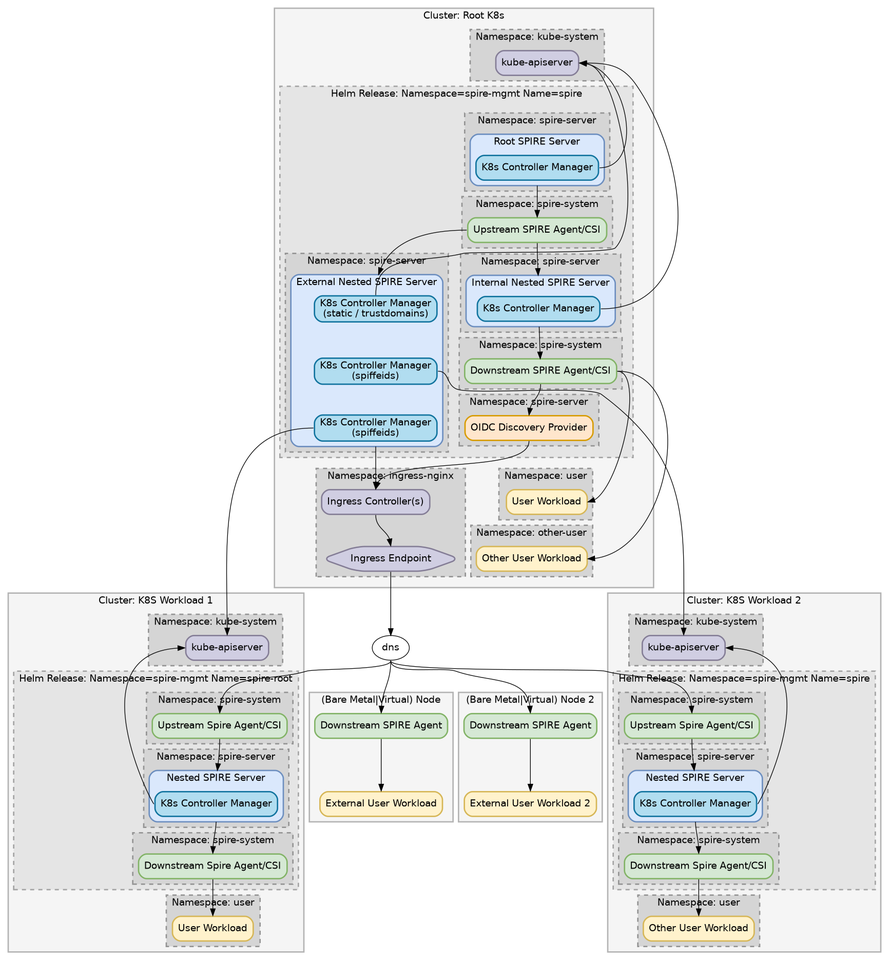
Before: static/img/spire-helm-charts-hardened/multicluster-alternate3.png, a diagram exported from Graphviz (spiffe/spiffe.io). Its source is kept beside it as static/img/spire-helm-charts-hardened/multicluster-alternate3.dot.
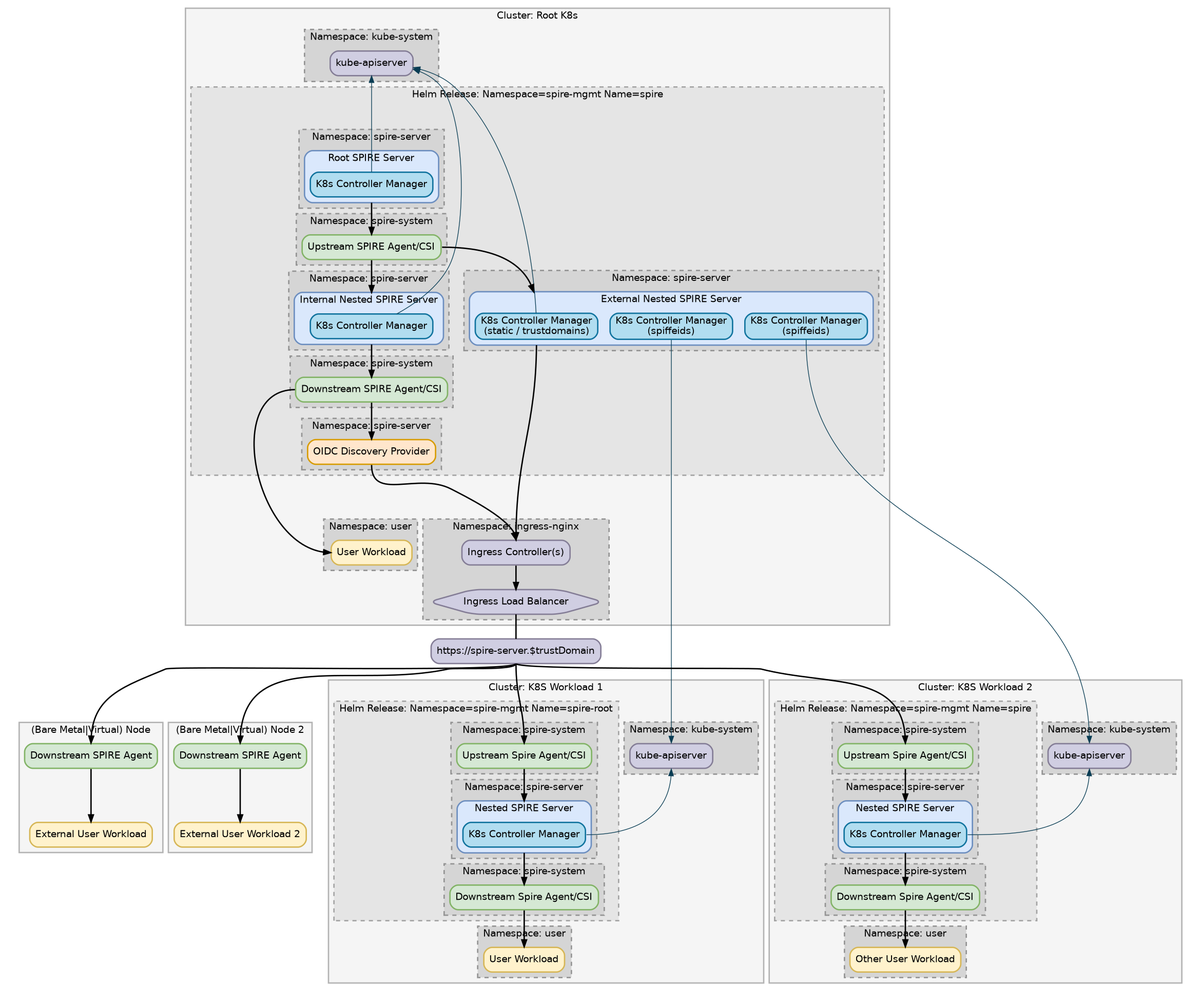
After the commit.

What changed in the source:
```diff
@@ -2,18 +2,2 @@
   compound=true;
-  subgraph cluster_baremetal {
-    label="(Bare Metal|Virtual) Node"
-    style="filled,solid,bold";
-    color="#b3b3b3";
-    fillcolor="#f5f5f5";
-    spireDownstreamAgentb [label="Downstream SPIRE Agent",shape="box",style="rounded,solid,filled,bold",color="#82b366",fillcolor="#d5e8d4"];
-    userWorkloadb [label="External User Workload",shape="box",style="rounded,solid,filled,bold",color="#d6b656",fillcolor="#fff2cc"];
-  }
-  subgraph cluster_baremetal2 {
-    label="(Bare Metal|Virtual) Node 2"
-    style="filled,solid,bold";
-    color="#b3b3b3";
-    fillcolor="#f5f5f5";
-    spireDownstreamAgentb2 [label="Downstream SPIRE Agent",shape="box",style="rounded,solid,filled,bold",color="#82b366",fillcolor="#d5e8d4"];
-    userWorkloadb2 [label="External User Workload 2",shape="box",style="rounded,solid,filled,bold",color="#d6b656",fillcolor="#fff2cc"];
-  }
   subgraph cluster_k8s {
@@ -23,3 +7,10 @@
     fillcolor="#f5f5f5";
-    subgraph cluster_nestedi_release {
+    subgraph cluster_ns_root_kube_system {
+      style="filled,dashed,bold";
+      color="#939393";
+      fillcolor="#d5d5d5";
+      label="Namespace: kube-system"
+      kubeApiServerRoot [label="kube-apiserver",shape="record",style="rounded,solid,filled,bold",color="#847d96",fillcolor="#d0cee2"];
+    }
+    subgraph cluster_main_release {
       label="Helm Release: Namespace=spire-mgmt Name=spire"
@@ -28,6 +19,4 @@
       fillcolor="#e5e5e5";
-      subgraph cluster_grouping_nestedi {
-        style="";
-        color="#e5e5e5";
-        label="";
+      subgraph cluster_g1 {
+        style="invis";
         subgraph cluster_ns_root_server {
@@ -42,3 +31,3 @@
             label="Root SPIRE Server"
-            spireRoot [label="K8s Controller Manager",shape="box",style="rounded,solid,filled,bold",color="#10739e",fillcolor="#b1ddf0"];
+            spireRoot [label="K8s Controller Manager",shape="record",style="rounded,solid,filled,bold",color="#10739e",fillcolor="#b1ddf0"];
           }
@@ -62,3 +51,3 @@
             label="Internal Nested SPIRE Server"
-            spireServerNestedi [label="K8s Controller Manager",shape="box",style="rounded,solid,filled,bold",color="#10739e",fillcolor="#b1ddf0"];
+            spireServerNestedi [label="K8s Controller Manager",shape="record",style="rounded,solid,filled,bold",color="#10739e",fillcolor="#b1ddf0"];
           }
@@ -72,9 +61,9 @@
         }
-        subgraph cluster_ns_nestedi_system2 {
-          style="filled,dashed,bold";
-          color="#939393";
-          fillcolor="#d5d5d5";
-          label="Namespace: spire-server";
-          oidc [label="OIDC Discovery Provider",shape="box",style="rounded,solid,filled,bold",color="#d79b00",fillcolor="#ffe6cc"];
-        }
+      }
+      subgraph cluster_ns_nestedi_system2 {
+        style="filled,dashed,bold";
+        color="#939393";
+        fillcolor="#d5d5d5";
+        label="Namespace: spire-server";
+        oidc [label="OIDC Discovery Provider",shape="box",style="rounded,solid,filled,bold",color="#d79b00",fillcolor="#ffe6cc"];
       }
@@ -90,5 +79,5 @@
           label="External Nested SPIRE Server"
-          spireServerNestedExternal [label="K8s Controller Manager\n(static / trustdomains)",shape="box",style="rounded,solid,filled,bold",color="#10739e",fillcolor="#b1ddf0"];
-          spireServerNestedExternal1 [label="K8s Controller Manager\n(spiffeids)",shape="box",style="rounded,solid,filled,bold",color="#10739e",fillcolor="#b1ddf0"];
-          spireServerNestedExternal2 [label="K8s Controller Manager\n(spiffeids)",shape="box",style="rounded,solid,filled,bold",color="#10739e",fillcolor="#b1ddf0"];
+          spireServerNestedExternal1 [label="K8s Controller Manager\n(spiffeids)",shape="record",style="rounded,solid,filled,bold",color="#10739e",fillcolor="#b1ddf0"];
+          spireServerNestedExternal2 [label="K8s Controller Manager\n(spiffeids)",shape="record",style="rounded,solid,filled,bold",color="#10739e",fillcolor="#b1ddf0"];
+          spireServerNestedExternal [label="K8s Controller Manager\n(static / trustdomains)",shape="record",style="rounded,solid,filled,bold",color="#10739e",fillcolor="#b1ddf0"];
         }
@@ -96,3 +85,3 @@
     }
-    subgraph cluster_ns_root_kube_system {
+    subgraph cluster_ns_nestede_kube_system {
       style="filled,dashed,bold";
@@ -100,30 +89,142 @@
       fillcolor="#d5d5d5";
-      label="Namespace: kube-system"
-      kubeApiServerRoot [label="kube-apiserver",shape="box",style="rounded,solid,filled,bold",color="#847d96",fillcolor="#d0cee2"];
+      label="Namespace: ingress-nginx";
+      ic [label="Ingress Controller(s)",shape="box",style="rounded,solid,filled,bold",color="#847d96",fillcolor="#d0cee2"];
+      ie [label="Ingress Load Balancer",shape="hexagon",style="rounded,solid,filled,bold",color="#847d96",fillcolor="#d0cee2"];
     }
-    subgraph cluster_grouping {
-      style="";
-      color="#f5f5f5";
-      label="";
-      subgraph cluster_ns_nestede_system {
-        style="filled,dashed,bold";
-        color="#939393";
-        fillcolor="#d5d5d5";
-        label="Namespace: user";
-        userWorkloadi1 [label="User Workload",shape="box",style="rounded,solid,filled,bold",color="#d6b656",fillcolor="#fff2cc"];
+    subgraph cluster_ns_nestede_system {
+      style="filled,dashed,bold";
+      color="#939393";
+      fillcolor="#d5d5d5";
+      label="Namespace: user";
+      userWorkloadi1 [label="User Workload",shape="box",style="rounded,solid,filled,bold",color="#d6b656",fillcolor="#fff2cc"];
+    }
+    p3 [style=invis];
+  }
+  subgraph cluster_all_nested_together {
+    style="invis";
+    subgraph cluster_nestedtogether {
+      style="invis";
+      subgraph cluster_nested2 {
+        label="Cluster: K8S Workload 2";
+        style="filled,solid,bold";
+        color="#b3b3b3";
+        fillcolor="#f5f5f5";
+        subgraph cluster_nested2_release {
+          label="Helm Release: Namespace=spire-mgmt Name=spire"
+          style="filled,dashed,bold";
+          color="#a3a3a3";
+          fillcolor="#e5e5e5";
+          subgraph cluster_nested2_ns1 {
+            style="filled,dashed,bold";
+            color="#939393";
+            fillcolor="#d5d5d5";
+            label="Namespace: spire-system"
+            spireUpstreamAgent2 [label="Upstream Spire Agent/CSI",shape="box",style="rounded,solid,filled,bold",color="#82b366",fillcolor="#d5e8d4"];
+          }
+          subgraph cluster_nested2_ns2 {
+            style="filled,dashed,bold";
+            color="#939393";
+            fillcolor="#d5d5d5";
+            label="Namespace: spire-server"
+            subgraph cluster_ns_nested2_server_obj {
+              style="filled,rounded,bold";
+              color="#6c8ebf";
+              fillcolor="#dae8fc";
+              label="Nested SPIRE Server"
+              spireServerNested2 [label="K8s Controller Manager",shape="record",style="rounded,solid,filled,bold",color="#10739e",fillcolor="#b1ddf0"];
+            }
+          }
+          subgraph cluster_nested2_ns3 {
+            style="filled,dashed,bold";
+            color="#939393";
+            fillcolor="#d5d5d5";
+            label="Namespace: spire-system"
+            spireDownstreamAgent2 [label="Downstream Spire Agent/CSI",shape="box",style="rounded,solid,filled,bold",color="#82b366",fillcolor="#d5e8d4"];
+          }
+        }
+        subgraph cluster_nested2_user {
+          style="filled,dashed,bold";
+          color="#939393";
+          fillcolor="#d5d5d5";
+          label="Namespace: user"
+          userWorkload2 [label="Other User Workload",shape="box",style="rounded,solid,filled,bold",color="#d6b656",fillcolor="#fff2cc"];
+        }
+        subgraph cluster_ns_nested2_kube_system {
+          style="filled,dashed,bold";
+          color="#939393";
+          fillcolor="#d5d5d5";
+          label="Namespace: kube-system"
+          kubeApiServerNested2 [label="kube-apiserver",shape="record",style="rounded,solid,filled,bold",color="#847d96",fillcolor="#d0cee2"];
+        }
       }
-      subgraph cluster_ns_nestede_system2 {
-        style="filled,dashed,bold";
-        color="#939393";
-        fillcolor="#d5d5d5";
-        label="Namespace: other-user";
-        userWorkloadi2 [label="Other User Workload",shape="box",style="rounded,solid,filled,bold",color="#d6b656",fillcolor="#fff2cc"];
+      subgraph cluster_nested1 {
+        label="Cluster: K8S Workload 1";
+        style="filled,solid,bold";
+        color="#b3b3b3";
+        fillcolor="#f5f5f5";
+        subgraph cluster_nested1_release {
+          label="Helm Release: Namespace=spire-mgmt Name=spire-root"
+          style="filled,dashed,bold";
+          color="#a3a3a3";
+          fillcolor="#e5e5e5";
+          subgraph cluster_nested1_ns1 {
+            style="filled,dashed,bold";
+            color="#939393";
+            fillcolor="#d5d5d5";
+            label="Namespace: spire-system"
+            spireUpstreamAgent1 [label="Upstream Spire Agent/CSI",shape="box",style="rounded,solid,filled,bold",color="#82b366",fillcolor="#d5e8d4"];
+          }
+          subgraph cluster_nested1_ns2 {
+            style="filled,dashed,bold";
+            color="#939393";
+            fillcolor="#d5d5d5";
+            label="Namespace: spire-server"
+            subgraph cluster_ns_nested1_server_obj {
+              style="filled,rounded,bold";
+              color="#6c8ebf";
+              fillcolor="#dae8fc";
+              label="Nested SPIRE Server"
+              spireServerNested1 [label="K8s Controller Manager",shape="record",style="rounded,solid,filled,bold",color="#10739e",fillcolor="#b1ddf0"];
+            }
+          }
+          subgraph cluster_nested1_ns3 {
+            style="filled,dashed,bold";
+            color="#939393";
+            fillcolor="#d5d5d5";
+            label="Namespace: spire-system"
+            spireDownstreamAgent1 [label="Downstream Spire Agent/CSI",shape="box",style="rounded,solid,filled,bold",color="#82b366",fillcolor="#d5e8d4"];
+          }
+          }
+        subgraph cluster_nested1_user {
+          style="filled,dashed,bold";
+          color="#939393";
+          fillcolor="#d5d5d5";
+          label="Namespace: user"
+          userWorkload1 [label="User Workload",shape="box",style="rounded,solid,filled,bold",color="#d6b656",fillcolor="#fff2cc"];
+        }
+        subgraph cluster_ns_nested1_kube_system {
+          style="filled,dashed,bold";
+          color="#939393";
+          fillcolor="#d5d5d5";
+          label="Namespace: kube-system"
+          kubeApiServerNested1 [label="kube-apiserver",shape="record",style="rounded,solid,filled,bold",color="#847d96",fillcolor="#d0cee2"];
+        }
       }
-      subgraph cluster_ns_nestede_kube_system {
-        style="filled,dashed,bold";
-        color="#939393";
-        fillcolor="#d5d5d5";
-        label="Namespace: ingress-nginx";
-        ic [label="Ingress Controller(s)",shape="box",style="rounded,solid,filled,bold",color="#847d96",fillcolor="#d0cee2"];
-        ie [label="Ingress Endpoint",shape="hexagon",style="rounded,solid,filled,bold",color="#847d96",fillcolor="#d0cee2"];
+    }
+    subgraph cluster_vmtogether {
+      subgraph cluster_baremetal2 {
+        label="(Bare Metal|Virtual) Node 2"
+        style="filled,solid,bold";
+        color="#b3b3b3";
+        fillcolor="#f5f5f5";
+        spireDownstreamAgentb2 [label="Downstream SPIRE Agent",shape="box",style="rounded,solid,filled,bold",color="#82b366",fillcolor="#d5e8d4"];
+        userWorkloadb2 [label="External User Workload 2",shape="box",style="rounded,solid,filled,bold",color="#d6b656",fillcolor="#fff2cc"];
+      }
+      subgraph cluster_baremetal {
+        label="(Bare Metal|Virtual) Node"
+        style="filled,solid,bold";
+        color="#b3b3b3";
+        fillcolor="#f5f5f5";
+        spireDownstreamAgentb [label="Downstream SPIRE Agent",shape="box",style="rounded,solid,filled,bold",color="#82b366",fillcolor="#d5e8d4"];
+        userWorkloadb [label="External User Workload",shape="box",style="rounded,solid,filled,bold",color="#d6b656",fillcolor="#fff2cc"];
       }
@@ -131,157 +232,48 @@
   }
-  subgraph cluster_nested1 {
-    label="Cluster: K8S Workload 1";
-    style="filled,solid,bold";
-    color="#b3b3b3";
-    fillcolor="#f5f5f5";
-    subgraph cluster_nested1_release {
-      label="Helm Release: Namespace=spire-mgmt Name=spire-root"
-      style="filled,dashed,bold";
-      color="#a3a3a3";
-      fillcolor="#e5e5e5";
-      subgraph cluster_nested1_ns1 {
-        style="filled,dashed,bold";
-        color="#939393";
-        fillcolor="#d5d5d5";
-        label="Namespace: spire-system"
-        spireUpstreamAgent1 [label="Upstream Spire Agent/CSI",shape="box",style="rounded,solid,filled,bold",color="#82b366",fillcolor="#d5e8d4"];
-      }
-      subgraph cluster_nested1_ns2 {
-        style="filled,dashed,bold";
-        color="#939393";
-        fillcolor="#d5d5d5";
-        label="Namespace: spire-server"
-        subgraph cluster_ns_nested1_server_obj {
-          style="filled,rounded,bold";
-          color="#6c8ebf";
-          fillcolor="#dae8fc";
-          label="Nested SPIRE Server"
-          spireServerNested1 [label="K8s Controller Manager",shape="box",style="rounded,solid,filled,bold",color="#10739e",fillcolor="#b1ddf0"];
-        }
-      }
-      subgraph cluster_nested1_ns3 {
-        style="filled,dashed,bold";
-        color="#939393";
-        fillcolor="#d5d5d5";
-        label="Namespace: spire-system"
-        spireDownstreamAgent1 [label="Downstream Spire Agent/CSI",shape="box",style="rounded,solid,filled,bold",color="#82b366",fillcolor="#d5e8d4"];
-      }
-    }
-    subgraph cluster_nested1_user {
-      style="filled,dashed,bold";
-      color="#939393";
-      fillcolor="#d5d5d5";
-      label="Namespace: user"
-      userWorkload1 [label="User Workload",shape="box",style="rounded,solid,filled,bold",color="#d6b656",fillcolor="#fff2cc"];
-    }
-    subgraph cluster_ns_nested1_kube_system {
-      style="filled,dashed,bold";
-      color="#939393";
-      fillcolor="#d5d5d5";
-      label="Namespace: kube-system"
-      kubeApiServerNested1 [label="kube-apiserver",shape="box",style="rounded,solid,filled,bold",color="#847d96",fillcolor="#d0cee2"];
-    }
-  }
-  subgraph cluster_nested2 {
-    label="Cluster: K8S Workload 2";
-    style="filled,solid,bold";
-    color="#b3b3b3";
-    fillcolor="#f5f5f5";
-    subgraph cluster_nested2_release {
-      label="Helm Release: Namespace=spire-mgmt Name=spire"
-      style="filled,dashed,bold";
-      color="#a3a3a3";
-      fillcolor="#e5e5e5";
-      subgraph cluster_nested2_ns1 {
-        style="filled,dashed,bold";
-        color="#939393";
-        fillcolor="#d5d5d5";
-        label="Namespace: spire-system"
-        spireUpstreamAgent2 [label="Upstream Spire Agent/CSI",shape="box",style="rounded,solid,filled,bold",color="#82b366",fillcolor="#d5e8d4"];
-      }
-      subgraph cluster_nested2_ns2 {
-        style="filled,dashed,bold";
-        color="#939393";
-        fillcolor="#d5d5d5";
-        label="Namespace: spire-server"
-        subgraph cluster_ns_nested2_server_obj {
-          style="filled,rounded,bold";
-          color="#6c8ebf";
-          fillcolor="#dae8fc";
-          label="Nested SPIRE Server"
-          spireServerNested2 [label="K8s Controller Manager",shape="box",style="rounded,solid,filled,bold",color="#10739e",fillcolor="#b1ddf0"];
-        }
-      }
-      subgraph cluster_nested2_ns3 {
-        style="filled,dashed,bold";
-        color="#939393";
-        fillcolor="#d5d5d5";
-        label="Namespace: spire-system"
-        spireDownstreamAgent2 [label="Downstream Spire Agent/CSI",shape="box",style="rounded,solid,filled,bold",color="#82b366",fillcolor="#d5e8d4"];
-      }
-    }
-    subgraph cluster_nested2_user {
-      style="filled,dashed,bold";
-      color="#939393";
-      fillcolor="#d5d5d5";
-      label="Namespace: user"
-      userWorkload2 [label="Other User Workload",shape="box",style="rounded,solid,filled,bold",color="#d6b656",fillcolor="#fff2cc"];
-    }
-    subgraph cluster_ns_nested2_kube_system {
-      style="filled,dashed,bold";
-      color="#939393";
-      fillcolor="#d5d5d5";
-      label="Namespace: kube-system"
-      kubeApiServerNested2 [label="kube-apiserver",shape="box",style="rounded,solid,filled,bold",color="#847d96",fillcolor="#d0cee2"];
-    }
-  }
-  kubeApiServerRoot:s -> spireRoot:s [weight=10,style=invis];
-  spireRoot:e -> kubeApiServerRoot:e[weight=1];
-  spireRoot:s -> spireRootUpstreamAgent1:n [ltail=cluster_ns_root_server_obj];
+  it [label="https://spire-server.$trustDomain",shape="box",style="rounded,solid,filled,bold",color="#847d96",fillcolor="#d0cee2"]// shape=point,weidth=0];
 
-  spireRootUpstreamAgent1:s -> spireServerNestedi:n [lhead=cluster_ns_internal_server_obj];
-  spireServerNestedi -> spireDownstreamAgenti [ltail=cluster_ns_internal_server_obj];
-  spireServerNestedi:e -> kubeApiServerRoot:e [weight=0];
-  spireDownstreamAgenti:s -> oidc:n [weight=5];
-  spireDownstreamAgenti:e -> userWorkloadi1:e [weight=10];
-  spireDownstreamAgenti:e -> userWorkloadi2:e [weight=10];
+  spireServerNestedExternal1:s -> kubeApiServerNested1:n [color="#093d54"];
 
-  spireDownstreamAgenti -> userWorkloadi1 [weight=5,style=invis];
+  oidc -> p3 [weight=20,style=invis];
+  p3 -> ic [style=invis];
+  p3 -> userWorkloadi1 [weight=20,style=invis];
 
-  userWorkloadi1 -> userWorkloadi2 [style=invis];
+  oidc:s -> ic:n [style=bold];
 
-  ic:s -> ie:n [weight=10];
+  kubeApiServerRoot -> spireRoot [dir=back,color="#093d54"];
+  kubeApiServerRoot -> spireServerNestedi [dir=back,constraint=false,color="#093d54"];
+  kubeApiServerRoot -> spireServerNestedExternal [dir=back,constraint=false,color="#093d54"];
+  spireRoot:s -> spireRootUpstreamAgent1:n [ltail=cluster_ns_root_server_obj,weight=20,style=bold];
 
-  oidc:s -> ic:n [weight=2];
+  spireRootUpstreamAgent1:s -> spireServerNestedi:n [lhead=cluster_ns_internal_server_obj,weight=20,style=bold];
+  spireServerNestedi -> spireDownstreamAgenti [ltail=cluster_ns_internal_server_obj,weight=20,style=bold];
+  spireDownstreamAgenti:s -> oidc:n [weight=20,style=bold];
+  spireDownstreamAgenti:w -> userWorkloadi1:w [style=bold];
 
-  ie:s -> dns [weight=2];
+  oidc -> ic [style=invis];
+  oidc -> userWorkloadi1 [style=invis];
 
-  spireRootUpstreamAgent1:w -> spireServerNestedExternal:n [lhead=cluster_ns_external_server_obj];
-  spireServerNestedExternal:n -> kubeApiServerRoot:e [weight=0];
+  spireRootUpstreamAgent1:e -> spireServerNestedExternal:n [lhead=cluster_ns_external_server_obj,style=bold];
+  spireServerNestedExternal:s -> ic:n [ltail=cluster_ns_external_server_obj,constraint=false,style=bold];
 
-  spireServerNestedExternal1:s -> ic:n [ltail=cluster_ns_external_server_obj,weight=30];
+  ic:s -> ie [weight=20,style=bold];
+  ie -> it:n [weight=20,dir=none,style=bold];
 
-  dns:s -> spireDownstreamAgentb:n;
-  spireDownstreamAgentb:s -> userWorkloadb:n;
-  dns:s -> spireDownstreamAgentb2:n;
-  spireDownstreamAgentb2:s -> userWorkloadb2:n;
+  it:s -> spireDownstreamAgentb:n [style=bold];
+  spireDownstreamAgentb:s -> userWorkloadb:n [style=bold];
+  it:s -> spireDownstreamAgentb2:n [style=bold];
+  spireDownstreamAgentb2:s -> userWorkloadb2:n [style=bold];
 
-  kubeApiServerNested1 -> spireUpstreamAgent1 [style=invis];
-  spireServerNestedExternal1:w -> kubeApiServerNested1:n;
-  spireServerNested1:w -> kubeApiServerNested1:w [weight=0];
-  dns:s -> spireUpstreamAgent1:n;
-  spireUpstreamAgent1:s -> spireServerNested1:n [lhead=cluster_ns_nested1_server_obj];
-  spireServerNested1:s -> spireDownstreamAgent1:n [ltail=cluster_ns_nested1_server_obj];
-  spireDownstreamAgent1:s -> userWorkload1:n;
+  kubeApiServerNested1:s -> spireServerNested1:e [dir=back,color="#093d54"];
+  it:s -> spireUpstreamAgent1:n [style=bold];
+  spireUpstreamAgent1:s -> spireServerNested1:n [lhead=cluster_ns_nested1_server_obj,weight=30,style=bold];
+  spireServerNested1:s -> spireDownstreamAgent1:n [ltail=cluster_ns_nested1_server_obj,weight=30,style=bold];
+  spireDownstreamAgent1:s -> userWorkload1:n [style=bold];
 
-  kubeApiServerNested2 -> spireUpstreamAgent2 [style=invis];
-  spireServerNestedExternal2:e -> kubeApiServerNested2:n;
-  spireServerNested2:e -> kubeApiServerNested2:e [weight=0];
-  dns:s -> spireUpstreamAgent2:n;
-  spireUpstreamAgent2:s -> spireServerNested2:n [lhead=cluster_ns_nested2_server_obj];
-  spireServerNested2:s -> spireDownstreamAgent2:n [ltail=cluster_ns_nested2_server_obj];
-  spireDownstreamAgent2:s -> userWorkload2:n;
-
-spireServerNestedExternal -> spireServerNestedExternal2 [style=invis];
-spireServerNestedExternal2 -> spireServerNestedExternal1 [style=invis];
+  spireServerNestedExternal2:s -> kubeApiServerNested2:n[weight=0,color="#093d54"];
+  kubeApiServerNested2:s ->spireServerNested2:e [dir=back,color="#093d54"];
+  it:s -> spireUpstreamAgent2:n [style=bold];
+  spireUpstreamAgent2:s -> spireServerNested2:n [lhead=cluster_ns_nested2_server_obj,weight=30,style=bold];
+  spireServerNested2:s -> spireDownstreamAgent2:n [ltail=cluster_ns_nested2_server_obj,weight=30,style=bold];
+  spireDownstreamAgent2:s -> userWorkload2:n [style=bold];
 }
```
